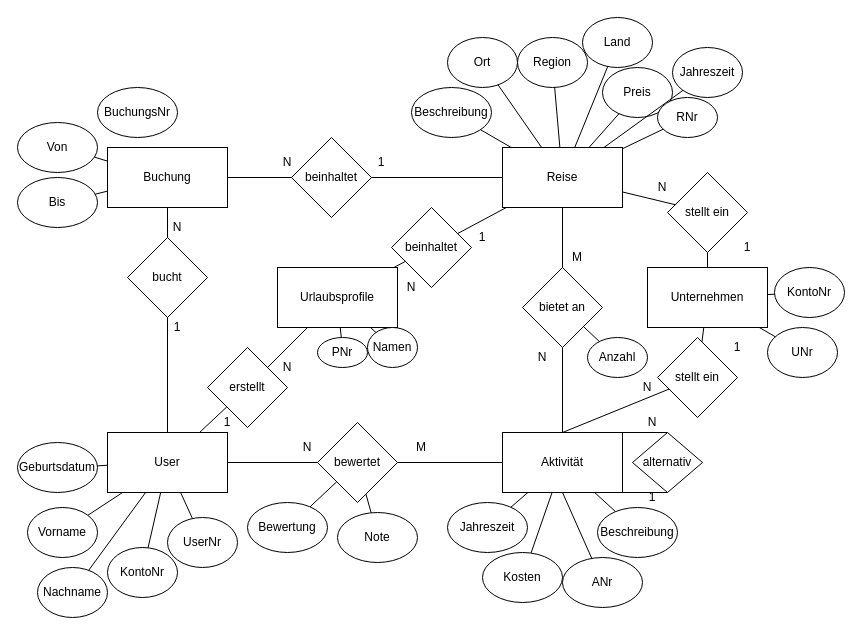
DingFing/TravelProject keeps this draw.io diagram as Praktikum3/SWT2Datenbank.drawio. Above is the earlier version. Source tidied: cells renumbered, new cells numbered last; positions are measured from the earlier drawing's top-left corner, leaving out a move shared by most shapes. Both pictures are drawn from the tidied source at 100%, with x=0, y=0 at pixel (17, 17).
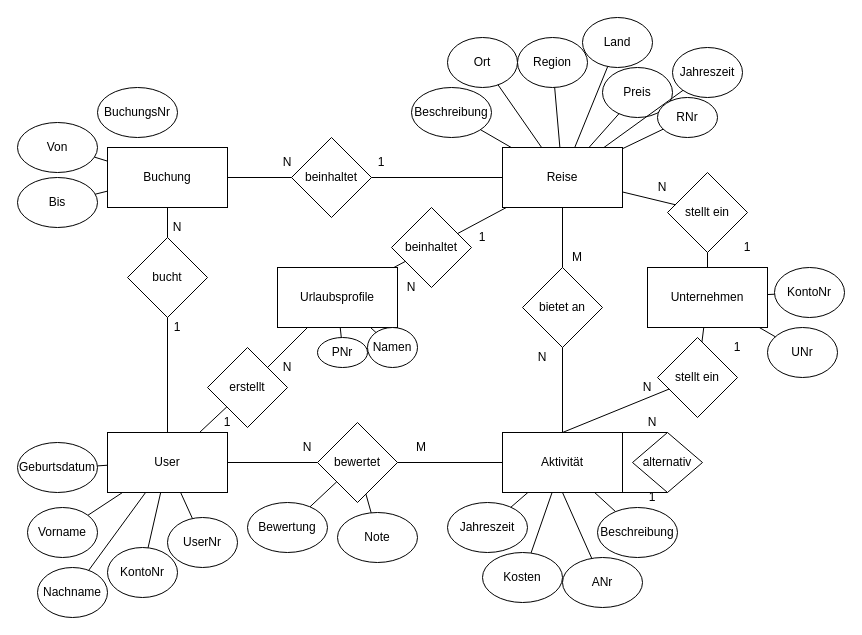
The same diagram, later.

Unchanged cells that the change refers to:
```xml
<mxCell id="24" value="bietet an" style="rhombus;whiteSpace=wrap;html=1;" parent="1" vertex="1">
  <mxGeometry x="505" y="250" width="80" height="80" as="geometry" />
</mxCell>
```

Change to the diagram source:
```diff
@@
-    <mxCell id="35" value="Anzahl" style="ellipse;whiteSpace=wrap;html=1;" parent="1" vertex="1">
-      <mxGeometry x="570" y="320" width="60" height="40" as="geometry" />
-    </mxCell>
-    <mxCell id="36" style="endArrow=none;html=1;" parent="1" edge="1" source="35" target="24">
-      <mxGeometry relative="1" as="geometry" />
-    </mxCell>
```
